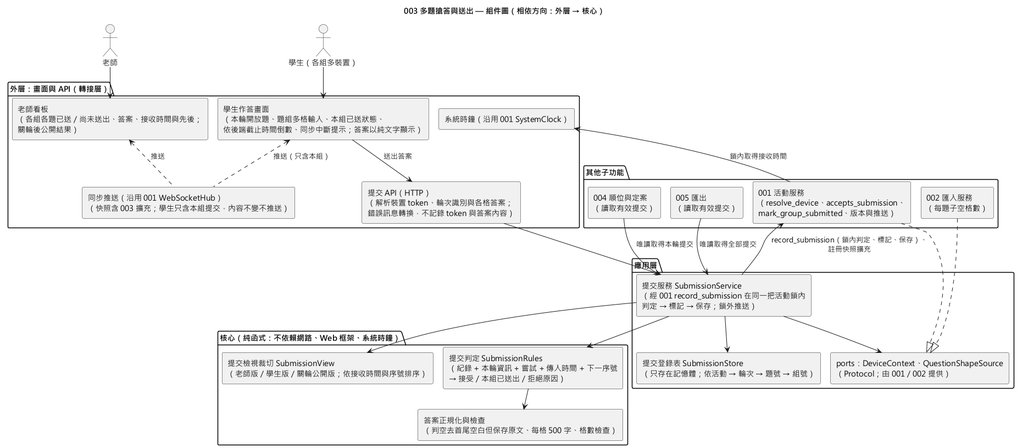
Earlier version of the PlantUML export diagrams/003-round-submission-component.png (EricC430/lecture-answer-first_group16_speckit).
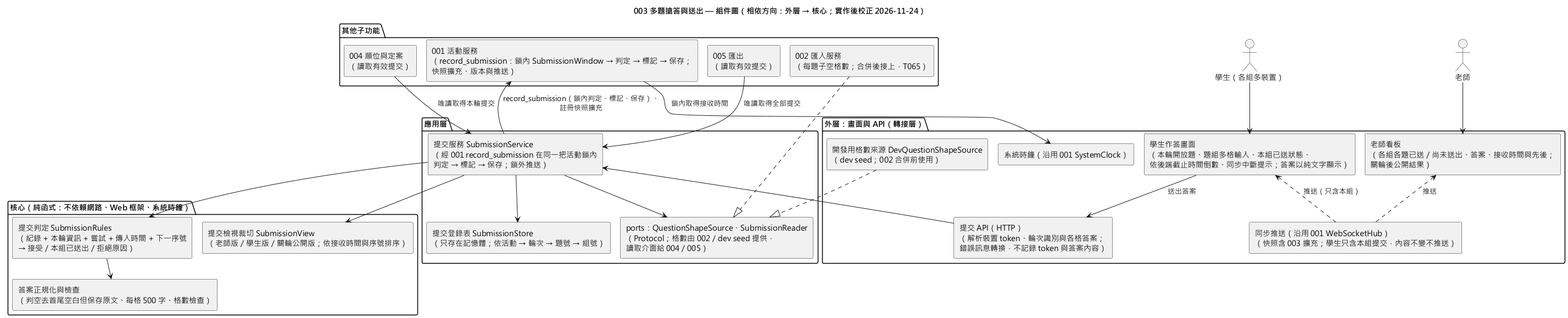
The same file after the commit.

The edit, as a diff of the source:
```diff
@@ -2,7 +2,7 @@
 !pragma layout smetana
 skinparam defaultFontName "Microsoft JhengHei"
 skinparam componentStyle rectangle
-title 003 多題搶答與送出 — 組件圖（相依方向：外層 → 核心）
+title 003 多題搶答與送出 — 組件圖（相依方向：外層 → 核心；實作後校正 2026-11-24）
 
 actor "老師" as Teacher
 actor "學生（各組多裝置）" as Student
@@ -13,12 +13,13 @@
   [提交 API（HTTP）\n（解析裝置 token、輪次識別與各格答案；\n錯誤訊息轉換，不記錄 token 與答案內容）] as SubmitApi
   [同步推送（沿用 001 WebSocketHub）\n（快照含 003 擴充；學生只含本組提交，內容不變不推送）] as Sync
   [系統時鐘（沿用 001 SystemClock）] as ClockImpl
+  [開發用格數來源 DevQuestionShapeSource\n（dev seed；002 合併前使用）] as DevShapes
 }
 
 package "應用層" {
   [提交服務 SubmissionService\n（經 001 record_submission 在同一把活動鎖內\n判定 → 標記 → 保存；鎖外推送）] as Service
   [提交登錄表 SubmissionStore\n（只存在記憶體；依活動 → 輪次 → 題號 → 組號）] as Store
-  [ports：DeviceContext、QuestionShapeSource\n（Protocol；由 001／002 提供）] as Ports
+  [ports：QuestionShapeSource、SubmissionReader\n（Protocol；格數由 002／dev seed 提供，\n讀取介面給 004／005）] as Ports
 }
 
 package "核心（純函式：不依賴網路、Web 框架、系統時鐘）" {
@@ -28,8 +29,8 @@
 }
 
 package "其他子功能" {
-  [001 活動服務\n（resolve_device、accepts_submission、\nmark_group_submitted、版本與推送）] as Activity
-  [002 匯入服務\n（每題子空格數）] as Import
+  [001 活動服務\n（record_submission：鎖內 SubmissionWindow → 判定 → 標記 → 保存；\n快照擴充、版本與推送）] as Activity
+  [002 匯入服務\n（每題子空格數；合併後接上，T065）] as Import
   [004 順位與定案\n（讀取有效提交）] as Ranking
   [005 匯出\n（讀取有效提交）] as Export
 }
@@ -46,8 +47,8 @@
 Service --> View
 Service --> Ports
 Activity --> ClockImpl : 鎖內取得接收時間
-Activity ..|> Ports
 Import ..|> Ports
+DevShapes ..|> Ports
 Service --> Activity : record_submission（鎖內判定、標記、保存）、\n註冊快照擴充
 Ranking --> Service : 唯讀取得本輪提交
 Export --> Service : 唯讀取得全部提交
```
